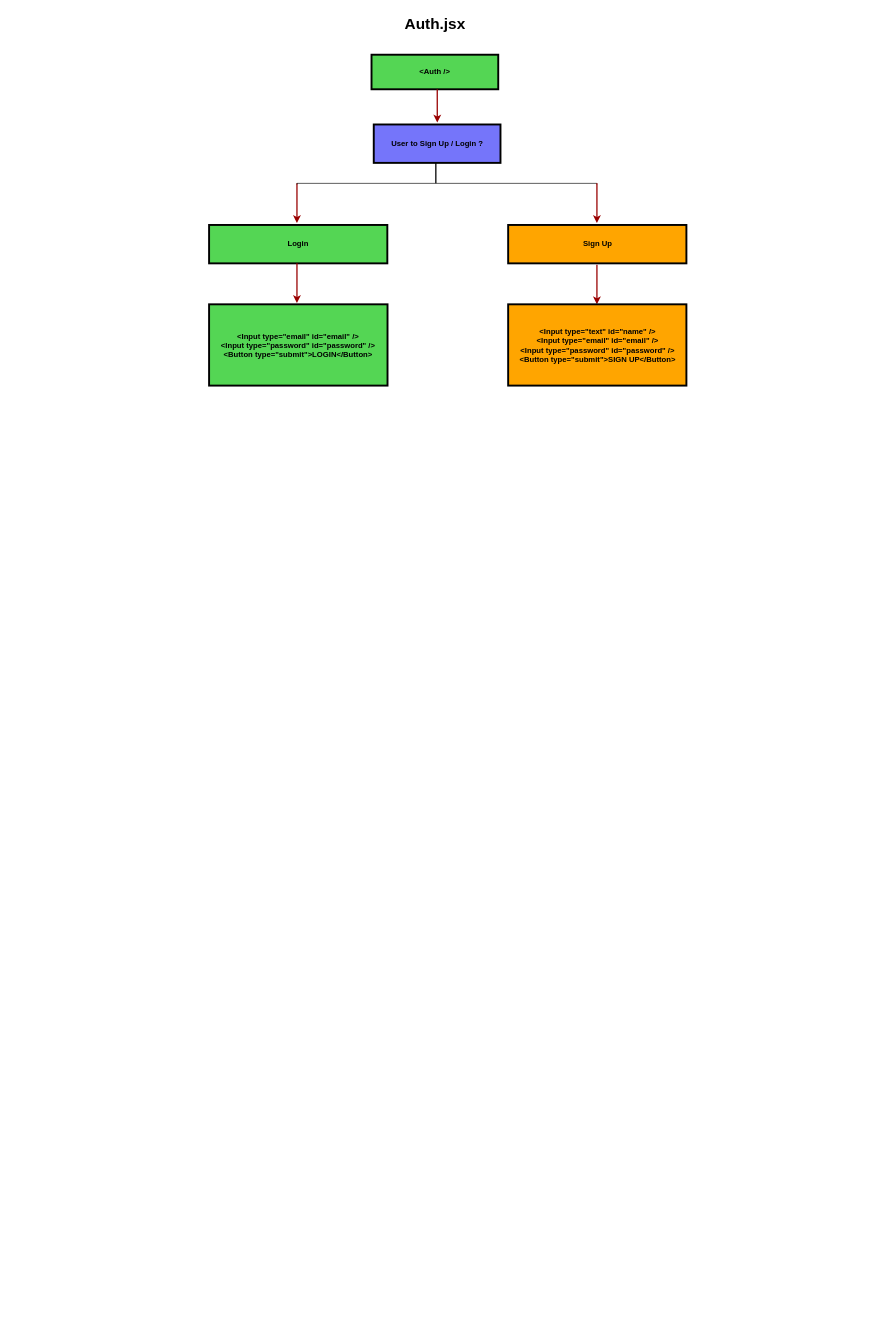
Earlier version of the draw.io diagram page "App3-Auth-component" (8 of 22) of Diagrams.drawio (PhoenixYork166/draw.io). Source tidied: cells renumbered, new cells numbered last; positions are measured from the earlier drawing's top-left corner, leaving out a move shared by most shapes. Both pictures are drawn from the tidied source at 64%, with x=0, y=0 at pixel (209, 11).
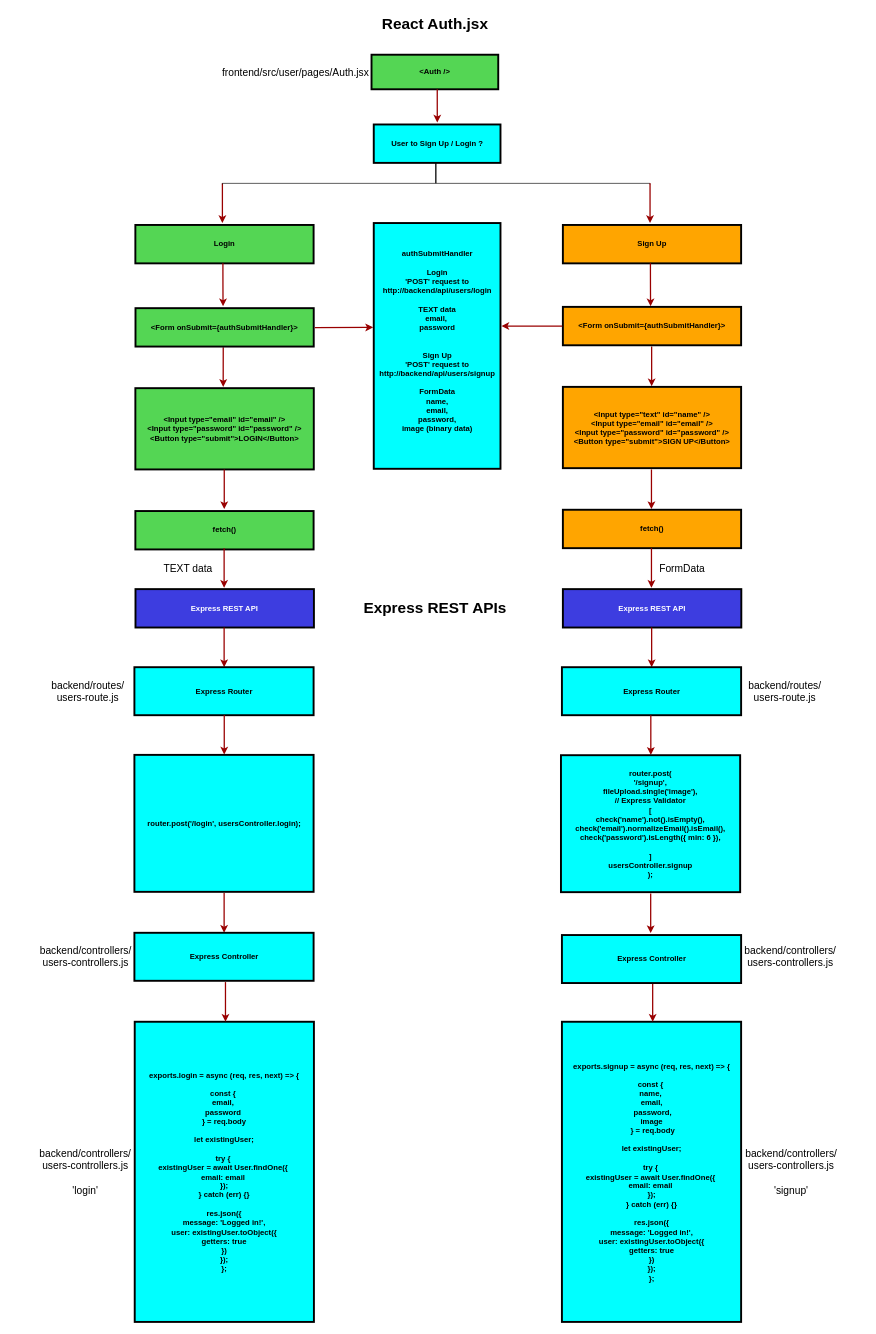
The same diagram, later.

The edit, as a diff of the source:
```diff
@@
-    <mxCell id="2" value="Auth.jsx" style="text;strokeColor=none;fillColor=none;html=1;fontSize=24;fontStyle=1;verticalAlign=middle;align=center;" parent="1" vertex="1">
+    <mxCell id="2" value="React Auth.jsx" style="text;strokeColor=none;fillColor=none;html=1;fontSize=24;fontStyle=1;verticalAlign=middle;align=center;" parent="1" vertex="1">
       <mxGeometry x="303" width="100" height="40" as="geometry" />
     </mxCell>
-    <mxCell id="3" value="User to Sign Up / Login ?" style="whiteSpace=wrap;align=center;verticalAlign=middle;fontStyle=1;strokeWidth=3;fillColor=#7575fa;" parent="1" vertex="1">
+    <mxCell id="3" value="User to Sign Up / Login ?" style="whiteSpace=wrap;align=center;verticalAlign=middle;fontStyle=1;strokeWidth=3;fillColor=#00FFFF;" parent="1" vertex="1">
       <mxGeometry x="257.5" y="177" width="198" height="60" as="geometry" />
     </mxCell>
     <mxCell id="4" style="edgeStyle=elbowEdgeStyle;elbow=vertical;strokeColor=#990000;strokeWidth=2;" parent="1" edge="1">
       <mxGeometry relative="1" as="geometry">
-        <mxPoint x="137.5" y="269" as="sourcePoint" />
-        <mxPoint x="137.5" y="331" as="targetPoint" />
+        <mxPoint x="21" y="269" as="sourcePoint" />
+        <mxPoint x="21" y="331" as="targetPoint" />
         <Array as="points">
-          <mxPoint x="178" y="292" />
+          <mxPoint x="61.5" y="292" />
         </Array>
       </mxGeometry>
     </mxCell>
@@
     <mxCell id="6" style="shape=partialRectangle;whiteSpace=wrap;html=1;bottom=1;right=1;left=1;top=0;fillColor=none;routingCenterX=-0.5;direction=west;" parent="1" vertex="1">
-      <mxGeometry x="137.5" y="269" width="468.5" height="1" as="geometry" />
+      <mxGeometry x="21" y="269" width="668" height="1" as="geometry" />
     </mxCell>
     <mxCell id="7" value="Login" style="whiteSpace=wrap;align=center;verticalAlign=middle;fontStyle=1;strokeWidth=3;fillColor=#54d654;" parent="1" vertex="1">
-      <mxGeometry x="0.2" y="334" width="278.5" height="60" as="geometry" />
+      <mxGeometry x="-115" y="334" width="278.5" height="60" as="geometry" />
     </mxCell>
     <mxCell id="8" style="edgeStyle=elbowEdgeStyle;elbow=vertical;strokeColor=#990000;strokeWidth=2;" parent="1" edge="1">
       <mxGeometry relative="1" as="geometry">
-        <mxPoint x="606.2" y="269" as="sourcePoint" />
-        <mxPoint x="606.2" y="331" as="targetPoint" />
+        <mxPoint x="689.2" y="269" as="sourcePoint" />
+        <mxPoint x="689.2" y="331" as="targetPoint" />
         <Array as="points">
-          <mxPoint x="646.7" y="292" />
+          <mxPoint x="729.7" y="292" />
         </Array>
       </mxGeometry>
     </mxCell>
     <mxCell id="9" value="Sign Up" style="whiteSpace=wrap;align=center;verticalAlign=middle;fontStyle=1;strokeWidth=3;fillColor=#FFA500;" parent="1" vertex="1">
-      <mxGeometry x="467.5" y="334" width="278.5" height="60" as="geometry" />
+      <mxGeometry x="553" y="334" width="278.5" height="60" as="geometry" />
     </mxCell>
@@
     <mxCell id="12" style="edgeStyle=elbowEdgeStyle;elbow=vertical;strokeColor=#990000;strokeWidth=2;" parent="1" edge="1">
       <mxGeometry relative="1" as="geometry">
-        <mxPoint x="137.5" y="394" as="sourcePoint" />
-        <mxPoint x="137.5" y="456" as="targetPoint" />
+        <mxPoint x="22.3" y="525" as="sourcePoint" />
+        <mxPoint x="22.2" y="587" as="targetPoint" />
         <Array as="points">
-          <mxPoint x="178" y="417" />
+          <mxPoint x="62.8" y="548" />
         </Array>
       </mxGeometry>
     </mxCell>
     <mxCell id="13" value="&lt;Input type=&quot;email&quot; id=&quot;email&quot; /&gt;&#10;&lt;Input type=&quot;password&quot; id=&quot;password&quot; /&gt;&#10;&lt;Button type=&quot;submit&quot;&gt;LOGIN&lt;/Button&gt;" style="whiteSpace=wrap;align=center;verticalAlign=middle;fontStyle=1;strokeWidth=3;fillColor=#54d654;" parent="1" vertex="1">
-      <mxGeometry x="0.2" y="458" width="278.8" height="127" as="geometry" />
+      <mxGeometry x="-115" y="589" width="278.8" height="127" as="geometry" />
     </mxCell>
     <mxCell id="14" style="edgeStyle=elbowEdgeStyle;elbow=vertical;strokeColor=#990000;strokeWidth=2;" parent="1" edge="1">
       <mxGeometry relative="1" as="geometry">
-        <mxPoint x="606.2" y="396" as="sourcePoint" />
-        <mxPoint x="606.2" y="458" as="targetPoint" />
+        <mxPoint x="691.7" y="524" as="sourcePoint" />
+        <mxPoint x="691.7" y="586" as="targetPoint" />
         <Array as="points">
-          <mxPoint x="646.7" y="419" />
+          <mxPoint x="732.2" y="547" />
         </Array>
       </mxGeometry>
     </mxCell>
     <mxCell id="15" value="&lt;Input type=&quot;text&quot; id=&quot;name&quot; /&gt;&#10;&lt;Input type=&quot;email&quot; id=&quot;email&quot; /&gt;&#10;&lt;Input type=&quot;password&quot; id=&quot;password&quot; /&gt;&#10;&lt;Button type=&quot;submit&quot;&gt;SIGN UP&lt;/Button&gt;" style="whiteSpace=wrap;align=center;verticalAlign=middle;fontStyle=1;strokeWidth=3;fillColor=#FFA500;" parent="1" vertex="1">
-      <mxGeometry x="467.5" y="458" width="278.5" height="127" as="geometry" />
+      <mxGeometry x="553" y="587" width="278.5" height="127" as="geometry" />
     </mxCell>
+    <mxCell id="16" value="&lt;Form onSubmit={authSubmitHandler}&gt;" style="whiteSpace=wrap;align=center;verticalAlign=middle;fontStyle=1;strokeWidth=3;fillColor=#54d654;" parent="1" vertex="1">
+      <mxGeometry x="-114.8" y="464" width="278.5" height="60" as="geometry" />
+    </mxCell>
+    <mxCell id="17" style="edgeStyle=elbowEdgeStyle;elbow=vertical;strokeColor=#990000;strokeWidth=2;" parent="1" edge="1">
+      <mxGeometry relative="1" as="geometry">
+        <mxPoint x="21.8" y="394" as="sourcePoint" />
+        <mxPoint x="22" y="461" as="targetPoint" />
+        <Array as="points">
+          <mxPoint x="62.3" y="417" />
+        </Array>
+      </mxGeometry>
+    </mxCell>
+    <mxCell id="18" value="&lt;Form onSubmit={authSubmitHandler}&gt;" style="whiteSpace=wrap;align=center;verticalAlign=middle;fontStyle=1;strokeWidth=3;fillColor=#FFA500;" parent="1" vertex="1">
+      <mxGeometry x="553" y="462" width="278.5" height="60" as="geometry" />
+    </mxCell>
+    <mxCell id="19" style="edgeStyle=elbowEdgeStyle;elbow=vertical;strokeColor=#990000;strokeWidth=2;" parent="1" edge="1">
+      <mxGeometry relative="1" as="geometry">
+        <mxPoint x="689.8" y="394" as="sourcePoint" />
+        <mxPoint x="690" y="461" as="targetPoint" />
+        <Array as="points">
+          <mxPoint x="730.2" y="417" />
+        </Array>
+      </mxGeometry>
+    </mxCell>
+    <mxCell id="20" style="edgeStyle=elbowEdgeStyle;elbow=vertical;strokeColor=#990000;strokeWidth=2;exitX=1;exitY=0.5;exitDx=0;exitDy=0;entryX=-0.014;entryY=0.354;entryDx=0;entryDy=0;entryPerimeter=0;" parent="1" edge="1">
+      <mxGeometry relative="1" as="geometry">
+        <mxPoint x="165.5" y="494.5" as="sourcePoint" />
+        <mxPoint x="256.5" y="493.5" as="targetPoint" />
+      </mxGeometry>
+    </mxCell>
+    <mxCell id="21" style="edgeStyle=elbowEdgeStyle;elbow=vertical;strokeColor=#990000;strokeWidth=2;exitX=0;exitY=0.5;exitDx=0;exitDy=0;" parent="1" edge="1">
+      <mxGeometry relative="1" as="geometry">
+        <mxPoint x="552" y="492" as="sourcePoint" />
+        <mxPoint x="457" y="492" as="targetPoint" />
+        <Array as="points">
+          <mxPoint x="507" y="492" />
+        </Array>
+      </mxGeometry>
+    </mxCell>
+    <mxCell id="22" value="authSubmitHandler&#10;&#10;Login&#10;'POST' request to&#10;http://backend/api/users/login&#10;&#10;TEXT data&#10;email, &#10;password&#10;&#10;&#10;Sign Up&#10;'POST' request to&#10;http://backend/api/users/signup&#10;&#10;FormData&#10;name,&#10;email,&#10;password,&#10;image (binary data)&#10;" style="whiteSpace=wrap;align=center;verticalAlign=middle;fontStyle=1;strokeWidth=3;fillColor=#00FFFF;" parent="1" vertex="1">
+      <mxGeometry x="257.5" y="331" width="198" height="384" as="geometry" />
+    </mxCell>
+    <mxCell id="23" value="frontend/src/user/pages/Auth.jsx" style="text;html=1;align=center;verticalAlign=middle;whiteSpace=wrap;rounded=0;fontSize=16;" parent="1" vertex="1">
+      <mxGeometry x="34" y="58" width="203" height="74" as="geometry" />
+    </mxCell>
+    <mxCell id="24" style="edgeStyle=elbowEdgeStyle;elbow=vertical;strokeColor=#990000;strokeWidth=2;" parent="1" edge="1">
+      <mxGeometry relative="1" as="geometry">
+        <mxPoint x="23.9" y="716" as="sourcePoint" />
+        <mxPoint x="23.9" y="778" as="targetPoint" />
+        <Array as="points">
+          <mxPoint x="64.4" y="739" />
+        </Array>
+      </mxGeometry>
+    </mxCell>
+    <mxCell id="25" value="fetch()" style="whiteSpace=wrap;align=center;verticalAlign=middle;fontStyle=1;strokeWidth=3;fillColor=#54d654;" parent="1" vertex="1">
+      <mxGeometry x="-115" y="781" width="278.5" height="60" as="geometry" />
+    </mxCell>
+    <mxCell id="26" style="edgeStyle=elbowEdgeStyle;elbow=vertical;strokeColor=#990000;strokeWidth=2;" parent="1" edge="1">
+      <mxGeometry relative="1" as="geometry">
+        <mxPoint x="691.4" y="716" as="sourcePoint" />
+        <mxPoint x="691.4" y="778" as="targetPoint" />
+        <Array as="points">
+          <mxPoint x="731.9" y="739" />
+        </Array>
+      </mxGeometry>
+    </mxCell>
+    <mxCell id="27" value="fetch()" style="whiteSpace=wrap;align=center;verticalAlign=middle;fontStyle=1;strokeWidth=3;fillColor=#FFA500;" parent="1" vertex="1">
+      <mxGeometry x="553" y="779" width="278.5" height="60" as="geometry" />
+    </mxCell>
+    <mxCell id="28" value="Express REST APIs" style="text;strokeColor=none;fillColor=none;html=1;fontSize=24;fontStyle=1;verticalAlign=middle;align=center;" parent="1" vertex="1">
+      <mxGeometry x="303" y="913" width="100" height="40" as="geometry" />
+    </mxCell>
+    <mxCell id="29" style="edgeStyle=elbowEdgeStyle;elbow=vertical;strokeColor=#990000;strokeWidth=2;" parent="1" edge="1">
+      <mxGeometry relative="1" as="geometry">
+        <mxPoint x="23.7" y="839" as="sourcePoint" />
+        <mxPoint x="23.7" y="901" as="targetPoint" />
+        <Array as="points">
+          <mxPoint x="64.2" y="862" />
+        </Array>
+      </mxGeometry>
+    </mxCell>
+    <mxCell id="30" style="edgeStyle=elbowEdgeStyle;elbow=vertical;strokeColor=#990000;strokeWidth=2;" parent="1" edge="1">
+      <mxGeometry relative="1" as="geometry">
+        <mxPoint x="691.4" y="839" as="sourcePoint" />
+        <mxPoint x="691.4" y="901" as="targetPoint" />
+        <Array as="points">
+          <mxPoint x="731.9" y="862" />
+        </Array>
+      </mxGeometry>
+    </mxCell>
+    <mxCell id="31" value="Express REST API" style="whiteSpace=wrap;align=center;verticalAlign=middle;fontStyle=1;strokeWidth=3;fillColor=#3d3de0;fontColor=#ffffff;" parent="1" vertex="1">
+      <mxGeometry x="-114.8" y="903" width="278.8" height="60" as="geometry" />
+    </mxCell>
+    <mxCell id="32" value="Express REST API" style="whiteSpace=wrap;align=center;verticalAlign=middle;fontStyle=1;strokeWidth=3;fillColor=#3d3de0;fontColor=#ffffff;" parent="1" vertex="1">
+      <mxGeometry x="553" y="903" width="278.8" height="60" as="geometry" />
+    </mxCell>
+    <mxCell id="33" style="edgeStyle=elbowEdgeStyle;elbow=vertical;strokeColor=#990000;strokeWidth=2;" parent="1" edge="1">
+      <mxGeometry relative="1" as="geometry">
+        <mxPoint x="23.7" y="963" as="sourcePoint" />
+        <mxPoint x="23.7" y="1025" as="targetPoint" />
+        <Array as="points">
+          <mxPoint x="64.2" y="986" />
+        </Array>
+      </mxGeometry>
+    </mxCell>
+    <mxCell id="34" value="exports.login = async (req, res, next) =&gt; {&#10;&#10;const { &#10;email, &#10;password &#10;} = req.body&#10;&#10;let existingUser;&#10;&#10;try { &#10;existingUser = await User.findOne({ &#10;email: email &#10;});&#10;} catch (err) {}&#10;&#10;res.json({&#10;message: 'Logged in!',&#10;user: existingUser.toObject({&#10;getters: true&#10;})&#10;});&#10;};" style="whiteSpace=wrap;align=center;verticalAlign=middle;fontStyle=1;strokeWidth=3;fillColor=#00FFFF;" parent="1" vertex="1">
+      <mxGeometry x="-116" y="1579" width="280" height="469" as="geometry" />
+    </mxCell>
+    <mxCell id="35" value="Express Router" style="whiteSpace=wrap;align=center;verticalAlign=middle;fontStyle=1;strokeWidth=3;fillColor=#00FFFF;" parent="1" vertex="1">
+      <mxGeometry x="-116.5" y="1025" width="280" height="75" as="geometry" />
+    </mxCell>
+    <mxCell id="36" style="edgeStyle=elbowEdgeStyle;elbow=vertical;strokeColor=#990000;strokeWidth=2;" parent="1" edge="1">
+      <mxGeometry relative="1" as="geometry">
+        <mxPoint x="25.8" y="1517" as="sourcePoint" />
+        <mxPoint x="25.8" y="1579" as="targetPoint" />
+        <Array as="points">
+          <mxPoint x="66.3" y="1540" />
+        </Array>
+      </mxGeometry>
+    </mxCell>
+    <mxCell id="37" style="edgeStyle=elbowEdgeStyle;elbow=vertical;strokeColor=#990000;strokeWidth=2;" parent="1" edge="1">
+      <mxGeometry relative="1" as="geometry">
+        <mxPoint x="691.7" y="963" as="sourcePoint" />
+        <mxPoint x="691.7" y="1025" as="targetPoint" />
+        <Array as="points">
+          <mxPoint x="732.2" y="986" />
+        </Array>
+      </mxGeometry>
+    </mxCell>
+    <mxCell id="38" value="exports.signup = async (req, res, next) =&gt; {&#10;&#10;const { &#10;name, &#10;email,&#10; password,&#10;image&#10; } = req.body&#10;&#10;let existingUser;&#10;&#10;try { &#10;existingUser = await User.findOne({ &#10;email: email &#10;});&#10;} catch (err) {}&#10;&#10;res.json({&#10;message: 'Logged in!',&#10;user: existingUser.toObject({&#10;getters: true&#10;})&#10;});&#10;};" style="whiteSpace=wrap;align=center;verticalAlign=middle;fontStyle=1;strokeWidth=3;fillColor=#00FFFF;" parent="1" vertex="1">
+      <mxGeometry x="551.5" y="1579" width="280" height="469" as="geometry" />
+    </mxCell>
+    <mxCell id="39" value="Express Router" style="whiteSpace=wrap;align=center;verticalAlign=middle;fontStyle=1;strokeWidth=3;fillColor=#00FFFF;" parent="1" vertex="1">
+      <mxGeometry x="551.5" y="1025" width="280" height="75" as="geometry" />
+    </mxCell>
+    <mxCell id="40" style="edgeStyle=elbowEdgeStyle;elbow=vertical;strokeColor=#990000;strokeWidth=2;" parent="1" edge="1">
+      <mxGeometry relative="1" as="geometry">
+        <mxPoint x="693.3" y="1517" as="sourcePoint" />
+        <mxPoint x="693.3" y="1579" as="targetPoint" />
+        <Array as="points">
+          <mxPoint x="733.8" y="1540" />
+        </Array>
+      </mxGeometry>
+    </mxCell>
+    <mxCell id="41" value="backend/routes/&lt;div&gt;users-route.js&lt;/div&gt;" style="text;html=1;align=center;verticalAlign=middle;whiteSpace=wrap;rounded=0;fontSize=16;" parent="1" vertex="1">
+      <mxGeometry x="-305" y="1025.5" width="232" height="74" as="geometry" />
+    </mxCell>
+    <mxCell id="42" value="backend/routes/&lt;div&gt;users-route.js&lt;/div&gt;" style="text;html=1;align=center;verticalAlign=middle;whiteSpace=wrap;rounded=0;fontSize=16;" parent="1" vertex="1">
+      <mxGeometry x="784" y="1025.5" width="232" height="74" as="geometry" />
+    </mxCell>
+    <mxCell id="43" value="backend/controllers/&lt;div&gt;users-controllers.js&lt;/div&gt;&lt;div&gt;&lt;br&gt;&lt;/div&gt;&lt;div&gt;'login'&lt;/div&gt;" style="text;html=1;align=center;verticalAlign=middle;whiteSpace=wrap;rounded=0;fontSize=16;" parent="1" vertex="1">
+      <mxGeometry x="-309" y="1776.5" width="232" height="74" as="geometry" />
+    </mxCell>
+    <mxCell id="44" value="backend/controllers/&lt;div&gt;users-controllers.js&lt;/div&gt;&lt;div&gt;&lt;br&gt;&lt;/div&gt;&lt;div&gt;'signup'&lt;/div&gt;" style="text;html=1;align=center;verticalAlign=middle;whiteSpace=wrap;rounded=0;fontSize=16;" parent="1" vertex="1">
+      <mxGeometry x="793.5" y="1776.5" width="232" height="74" as="geometry" />
+    </mxCell>
+    <mxCell id="45" value="TEXT data" style="text;html=1;align=center;verticalAlign=middle;whiteSpace=wrap;rounded=0;fontSize=16;" parent="1" vertex="1">
+      <mxGeometry x="-134" y="834" width="203" height="74" as="geometry" />
+    </mxCell>
+    <mxCell id="46" value="FormData" style="text;html=1;align=center;verticalAlign=middle;whiteSpace=wrap;rounded=0;fontSize=16;" parent="1" vertex="1">
+      <mxGeometry x="638" y="834" width="203" height="74" as="geometry" />
+    </mxCell>
+    <mxCell id="47" style="edgeStyle=elbowEdgeStyle;elbow=vertical;strokeColor=#990000;strokeWidth=2;" parent="1" edge="1">
+      <mxGeometry relative="1" as="geometry">
+        <mxPoint x="23.9" y="1099.5" as="sourcePoint" />
+        <mxPoint x="23.9" y="1161.5" as="targetPoint" />
+        <Array as="points">
+          <mxPoint x="64.4" y="1122.5" />
+        </Array>
+      </mxGeometry>
+    </mxCell>
+    <mxCell id="48" value="router.post('/login', usersController.login);" style="whiteSpace=wrap;align=center;verticalAlign=middle;fontStyle=1;strokeWidth=3;fillColor=#00FFFF;" parent="1" vertex="1">
+      <mxGeometry x="-116.5" y="1162" width="280" height="214" as="geometry" />
+    </mxCell>
+    <mxCell id="49" style="edgeStyle=elbowEdgeStyle;elbow=vertical;strokeColor=#990000;strokeWidth=2;" parent="1" edge="1">
+      <mxGeometry relative="1" as="geometry">
+        <mxPoint x="23.7" y="1378" as="sourcePoint" />
+        <mxPoint x="23.7" y="1440" as="targetPoint" />
+        <Array as="points">
+          <mxPoint x="64.2" y="1401" />
+        </Array>
+      </mxGeometry>
+    </mxCell>
+    <mxCell id="50" value="Express Controller" style="whiteSpace=wrap;align=center;verticalAlign=middle;fontStyle=1;strokeWidth=3;fillColor=#00FFFF;" parent="1" vertex="1">
+      <mxGeometry x="-116.5" y="1440" width="280" height="75" as="geometry" />
+    </mxCell>
+    <mxCell id="51" value="&lt;span style=&quot;color: rgb(0, 0, 0); font-family: Helvetica; font-size: 16px; font-style: normal; font-variant-ligatures: normal; font-variant-caps: normal; font-weight: 400; letter-spacing: normal; orphans: 2; text-align: center; text-indent: 0px; text-transform: none; widows: 2; word-spacing: 0px; -webkit-text-stroke-width: 0px; white-space: normal; background-color: rgb(255, 255, 255); text-decoration-thickness: initial; text-decoration-style: initial; text-decoration-color: initial; display: inline !important; float: none;&quot;&gt;backend/controllers/&lt;/span&gt;&lt;div style=&quot;forced-color-adjust: none; color: rgb(0, 0, 0); font-family: Helvetica; font-size: 16px; font-style: normal; font-variant-ligatures: normal; font-variant-caps: normal; font-weight: 400; letter-spacing: normal; orphans: 2; text-align: center; text-indent: 0px; text-transform: none; widows: 2; word-spacing: 0px; -webkit-text-stroke-width: 0px; white-space: normal; background-color: rgb(255, 255, 255); text-decoration-thickness: initial; text-decoration-style: initial; text-decoration-color: initial;&quot;&gt;users-controllers.js&lt;/div&gt;" style="text;whiteSpace=wrap;html=1;" parent="1" vertex="1">
+      <mxGeometry x="-266" y="1451" width="171" height="60" as="geometry" />
+    </mxCell>
+    <mxCell id="52" value="Express Controller" style="whiteSpace=wrap;align=center;verticalAlign=middle;fontStyle=1;strokeWidth=3;fillColor=#00FFFF;" parent="1" vertex="1">
+      <mxGeometry x="551.5" y="1443.5" width="280" height="75" as="geometry" />
+    </mxCell>
+    <mxCell id="53" value="&lt;span style=&quot;color: rgb(0, 0, 0); font-family: Helvetica; font-size: 16px; font-style: normal; font-variant-ligatures: normal; font-variant-caps: normal; font-weight: 400; letter-spacing: normal; orphans: 2; text-align: center; text-indent: 0px; text-transform: none; widows: 2; word-spacing: 0px; -webkit-text-stroke-width: 0px; white-space: normal; background-color: rgb(255, 255, 255); text-decoration-thickness: initial; text-decoration-style: initial; text-decoration-color: initial; display: inline !important; float: none;&quot;&gt;backend/controllers/&lt;/span&gt;&lt;div style=&quot;forced-color-adjust: none; color: rgb(0, 0, 0); font-family: Helvetica; font-size: 16px; font-style: normal; font-variant-ligatures: normal; font-variant-caps: normal; font-weight: 400; letter-spacing: normal; orphans: 2; text-align: center; text-indent: 0px; text-transform: none; widows: 2; word-spacing: 0px; -webkit-text-stroke-width: 0px; white-space: normal; background-color: rgb(255, 255, 255); text-decoration-thickness: initial; text-decoration-style: initial; text-decoration-color: initial;&quot;&gt;users-controllers.js&lt;/div&gt;" style="text;whiteSpace=wrap;html=1;" parent="1" vertex="1">
+      <mxGeometry x="835" y="1451" width="171" height="60" as="geometry" />
+    </mxCell>
+    <mxCell id="54" style="edgeStyle=elbowEdgeStyle;elbow=vertical;strokeColor=#990000;strokeWidth=2;" parent="1" edge="1">
+      <mxGeometry relative="1" as="geometry">
+        <mxPoint x="690.4" y="1100" as="sourcePoint" />
+        <mxPoint x="690.4" y="1162" as="targetPoint" />
+        <Array as="points">
+          <mxPoint x="730.9" y="1123" />
+        </Array>
+      </mxGeometry>
+    </mxCell>
+    <mxCell id="55" value="router.post(&#10;'/signup',&#10;fileUpload.single('image'),&#10;// Express Validator&#10;[&#10;check('name').not().isEmpty(),&#10;check('email').normalizeEmail().isEmail(),&#10;check('password').isLength({ min: 6 }),&#10;&#10;]&#10;usersController.signup&#10;);" style="whiteSpace=wrap;align=center;verticalAlign=middle;fontStyle=1;strokeWidth=3;fillColor=#00FFFF;" parent="1" vertex="1">
+      <mxGeometry x="550" y="1162.5" width="280" height="214" as="geometry" />
+    </mxCell>
+    <mxCell id="56" style="edgeStyle=elbowEdgeStyle;elbow=vertical;strokeColor=#990000;strokeWidth=2;" parent="1" edge="1">
+      <mxGeometry relative="1" as="geometry">
+        <mxPoint x="690.2" y="1378.5" as="sourcePoint" />
+        <mxPoint x="690.2" y="1440.5" as="targetPoint" />
+        <Array as="points">
+          <mxPoint x="730.7" y="1401.5" />
+        </Array>
+      </mxGeometry>
+    </mxCell>
```
